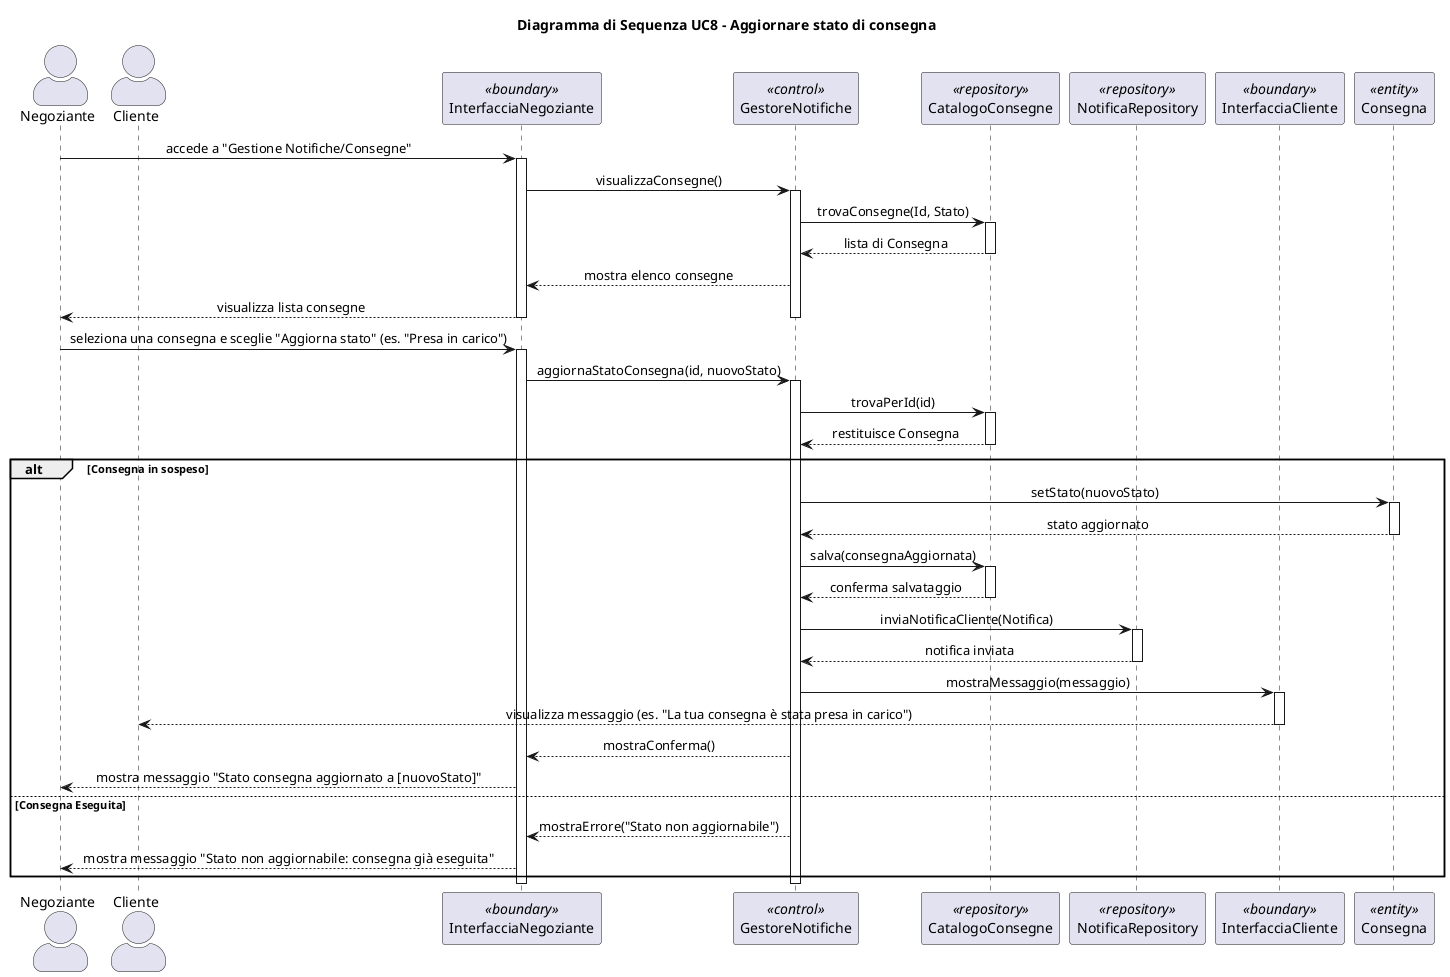
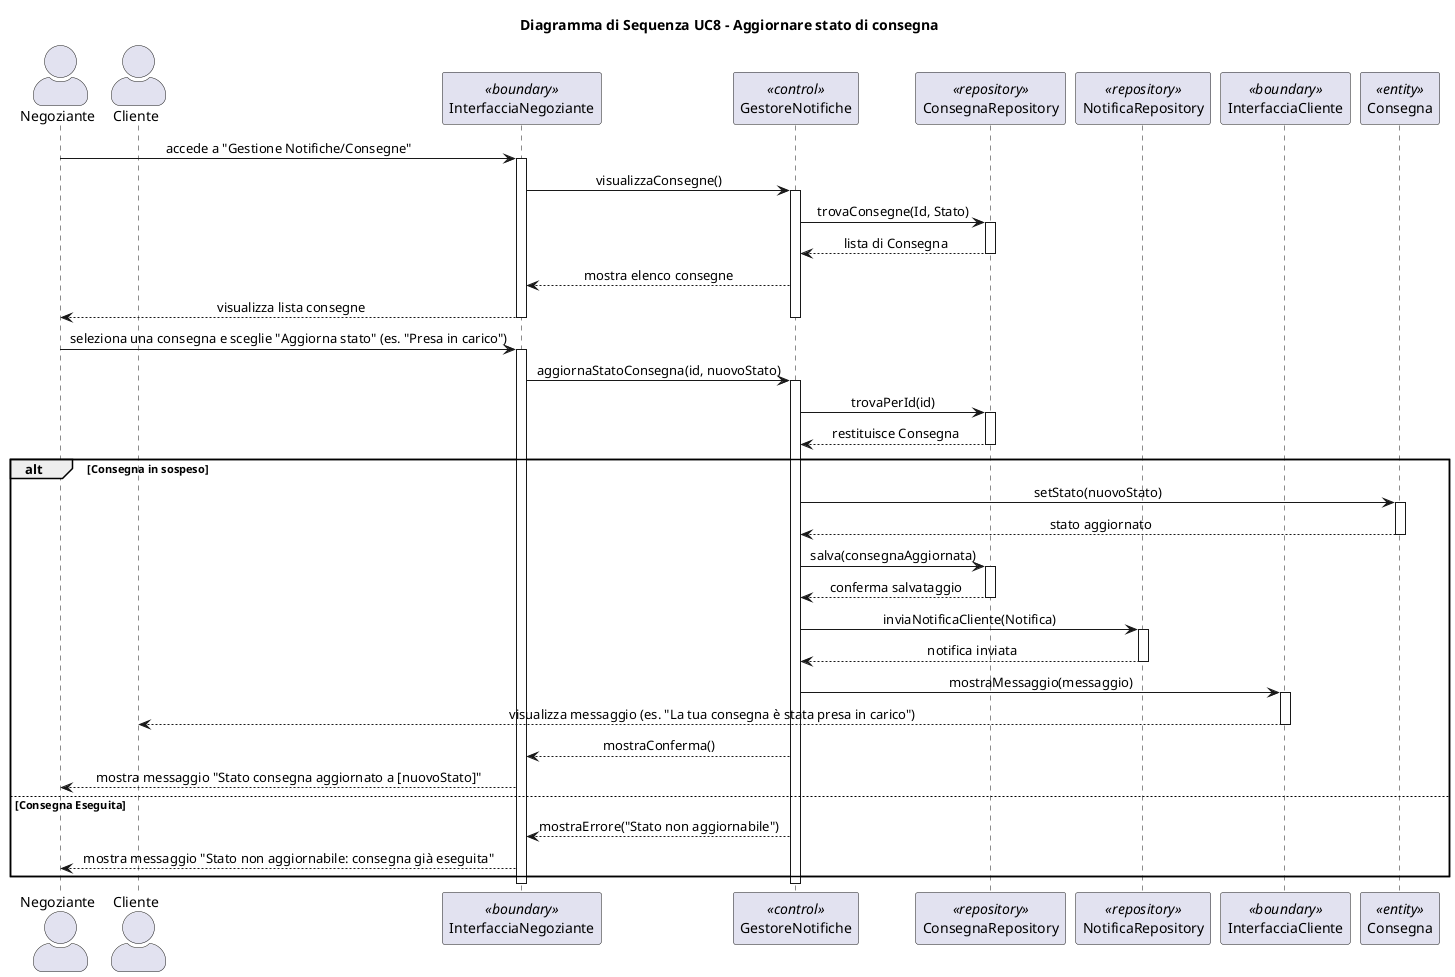
@startuml
skinparam actorStyle awesome
title Diagramma di Sequenza UC8 - Aggiornare stato di consegna
skinparam sequenceMessageAlign center
skinparam responseMessageBelowArrow true

actor "Negoziante" as N
actor "Cliente" as C
participant "InterfacciaNegoziante" as IN <<boundary>>
participant "GestoreNotifiche" as GN <<control>>
- participant "CatalogoConsegne" as CR <<repository>>
+ participant "ConsegnaRepository" as CR <<repository>>
participant "NotificaRepository" as NR <<repository>>
participant "InterfacciaCliente" as IC <<boundary>>
participant "Consegna" as CON <<entity>>

N -> IN: accede a "Gestione Notifiche/Consegne"
activate IN
IN -> GN: visualizzaConsegne()
activate GN
GN -> CR: trovaConsegne(Id, Stato)
activate CR
CR --> GN: lista di Consegna
deactivate CR
GN --> IN: mostra elenco consegne
IN --> N: visualizza lista consegne
deactivate GN
deactivate IN

N -> IN: seleziona una consegna e sceglie "Aggiorna stato" (es. "Presa in carico")
activate IN
IN -> GN: aggiornaStatoConsegna(id, nuovoStato)
activate GN

GN -> CR: trovaPerId(id)
activate CR
CR --> GN: restituisce Consegna
deactivate CR

alt Consegna in sospeso
    GN -> CON: setStato(nuovoStato)
    activate CON
    CON --> GN: stato aggiornato
    deactivate CON

    GN -> CR: salva(consegnaAggiornata)
    activate CR
    CR --> GN: conferma salvataggio
    deactivate CR

    GN -> NR: inviaNotificaCliente(Notifica)
    activate NR
    NR --> GN: notifica inviata
    deactivate NR

    GN -> IC: mostraMessaggio(messaggio)
    activate IC
    IC --> C: visualizza messaggio (es. "La tua consegna è stata presa in carico")
    deactivate IC

    GN --> IN: mostraConferma()
    IN --> N: mostra messaggio "Stato consegna aggiornato a [nuovoStato]"

else Consegna Eseguita
    GN --> IN: mostraErrore("Stato non aggiornabile")
    IN --> N: mostra messaggio "Stato non aggiornabile: consegna già eseguita"
end

deactivate GN
deactivate IN

@enduml

